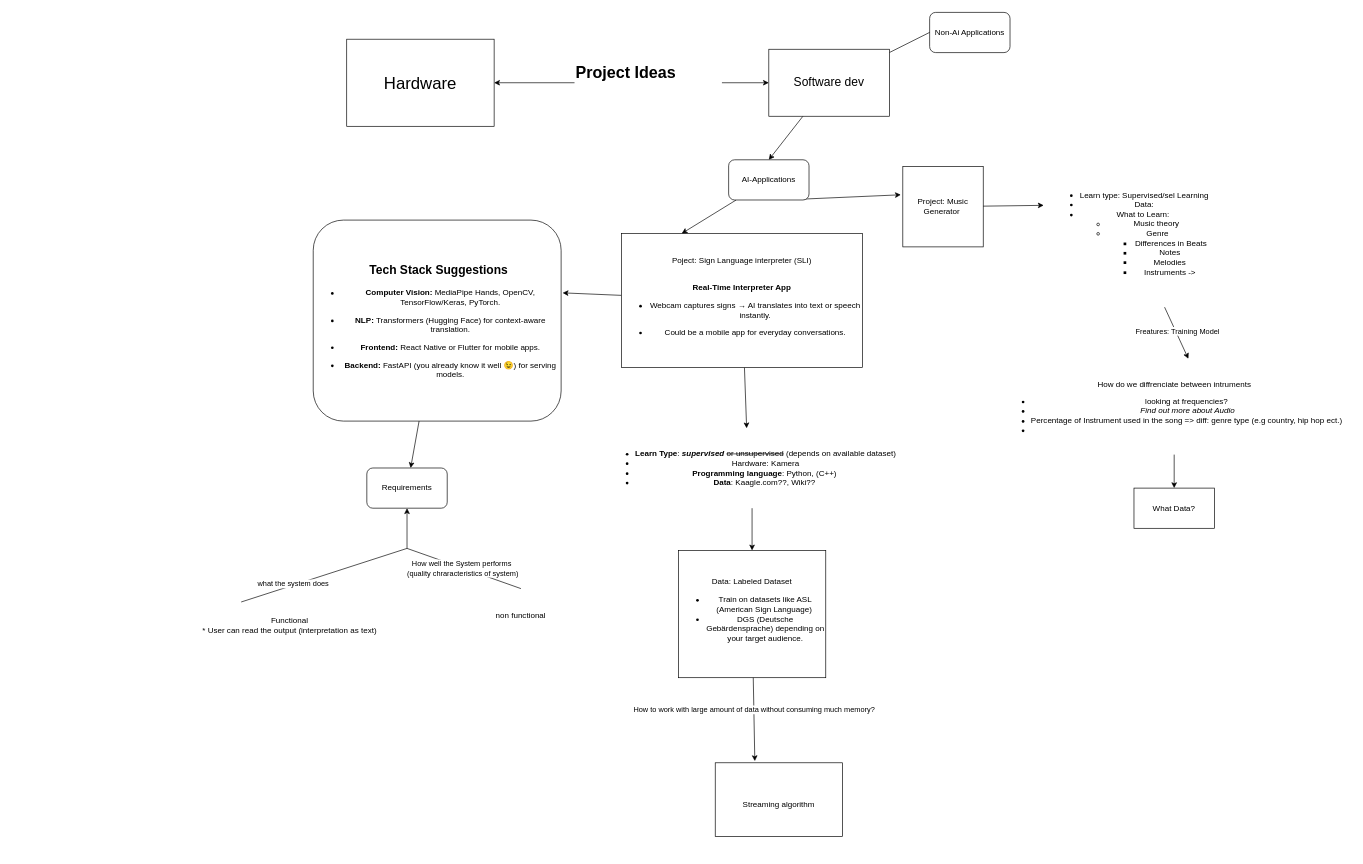
Before: documentation/mindmap.drawio in SandrAdora/SLI, a draw.io diagram. Source tidied: cells renumbered, new cells numbered last; positions are measured from the earlier drawing's top-left corner, leaving out a move shared by most shapes. Both pictures are drawn from the tidied source at 67%, with x=0, y=0 at pixel (192, 12).
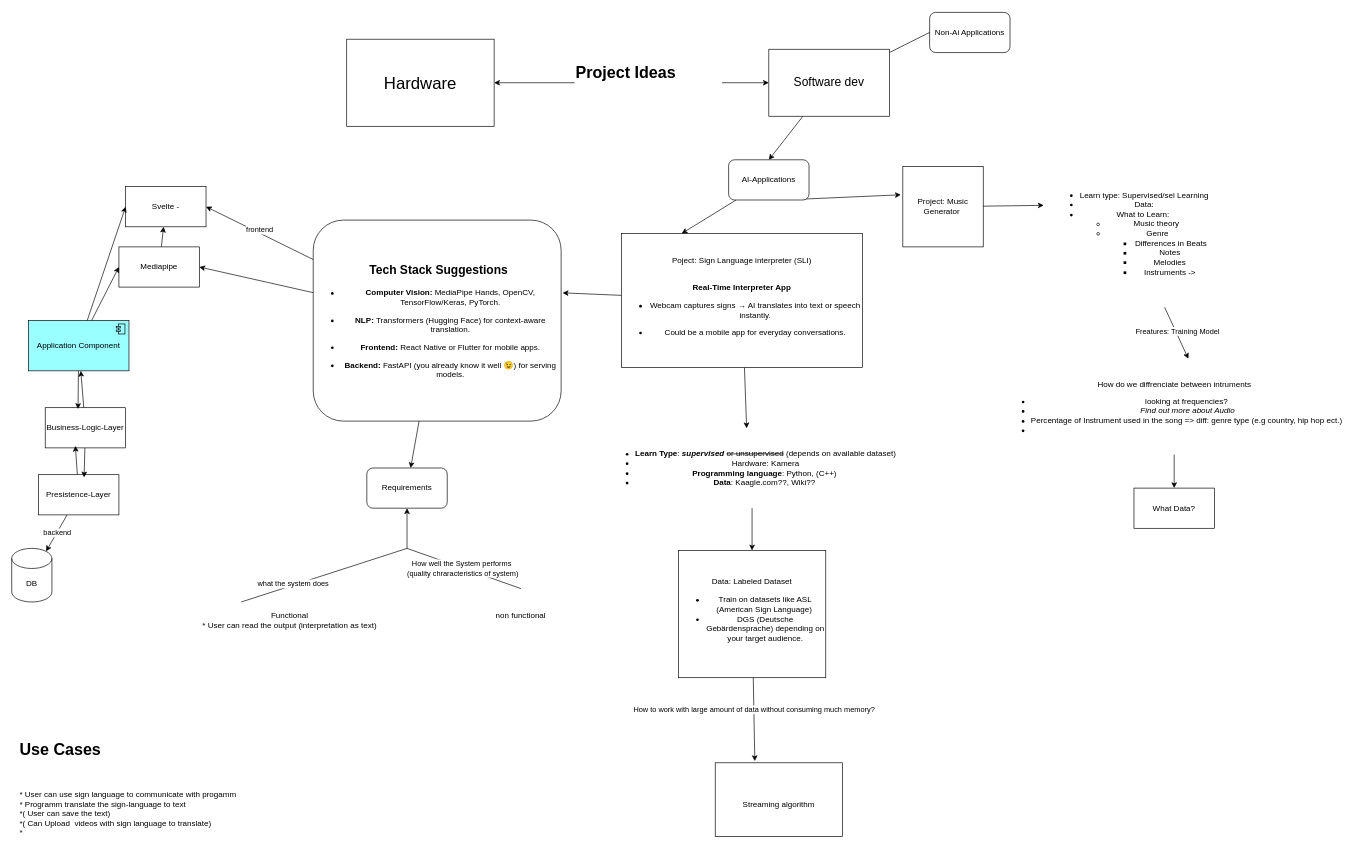
After the change.

The change refers to these unchanged cells:
```xml
<mxCell id="24" value="&lt;h2&gt;&amp;nbsp;Tech Stack Suggestions&lt;/h2&gt;&lt;ul&gt;&lt;li&gt;&lt;p&gt;&lt;strong&gt;Computer Vision:&lt;/strong&gt; MediaPipe Hands, OpenCV, TensorFlow/Keras, PyTorch.&lt;/p&gt;&lt;/li&gt;&lt;li&gt;&lt;p&gt;&lt;strong&gt;NLP:&lt;/strong&gt; Transformers (Hugging Face) for context-aware translation.&lt;/p&gt;&lt;/li&gt;&lt;li&gt;&lt;p&gt;&lt;strong&gt;Frontend:&lt;/strong&gt; React Native or Flutter for mobile apps.&lt;/p&gt;&lt;/li&gt;&lt;li&gt;&lt;p&gt;&lt;strong&gt;Backend:&lt;/strong&gt; FastAPI (you already know it well 😉) for serving models.&lt;/p&gt;&lt;/li&gt;&lt;/ul&gt;" style="rounded=1;whiteSpace=wrap;html=1;" parent="1" vertex="1">
  <mxGeometry x="180" y="310" width="370" height="300" as="geometry" />
</mxCell>
```

Diff of the diagram source:
```diff
@@
+    <mxCell id="40" style="edgeStyle=none;html=1;entryX=1;entryY=0.5;entryDx=0;entryDy=0;" parent="1" edge="1" source="24" target="43">
+      <mxGeometry relative="1" as="geometry" />
+    </mxCell>
+    <mxCell id="41" value="frontend" style="edgeLabel;html=1;align=center;verticalAlign=middle;" parent="40" vertex="1">
+      <mxGeometry x="0.03" y="-4" relative="1" as="geometry" />
+    </mxCell>
+    <mxCell id="42" style="edgeStyle=none;html=1;entryX=1;entryY=0.5;entryDx=0;entryDy=0;" parent="1" edge="1" source="24" target="45">
+      <mxGeometry relative="1" as="geometry" />
+    </mxCell>
@@
-    <mxCell id="33" value="Functional&lt;div&gt;*&amp;nbsp;User can read the output (interpretation as text)&lt;/div&gt;" style="text;html=1;align=center;verticalAlign=middle;whiteSpace=wrap;rounded=0;" parent="1" vertex="1">
+    <mxCell id="33" value="Functional&lt;div&gt;*&amp;nbsp;User can read the output (interpretation as text)&lt;/div&gt;&lt;div&gt;&lt;span style=&quot;color: rgb(63, 63, 63); font-family: monospace; font-size: 0px; text-align: start; text-wrap-mode: nowrap; background-color: transparent;&quot;&gt;*&lt;/span&gt;&lt;/div&gt;" style="text;html=1;align=center;verticalAlign=middle;whiteSpace=wrap;rounded=0;" parent="1" vertex="1">
       <mxGeometry y="880" width="290" height="70" as="geometry" />
     </mxCell>
@@
+    <mxCell id="43" value="Svelte -" style="whiteSpace=wrap;html=1;" parent="1" vertex="1">
+      <mxGeometry x="-100" y="260" width="120" height="60" as="geometry" />
+    </mxCell>
+    <mxCell id="44" style="edgeStyle=none;html=1;" parent="1" edge="1" source="45" target="43">
+      <mxGeometry relative="1" as="geometry" />
+    </mxCell>
+    <mxCell id="45" value="Mediapipe" style="whiteSpace=wrap;html=1;" parent="1" vertex="1">
+      <mxGeometry x="-110" y="350" width="120" height="60" as="geometry" />
+    </mxCell>
+    <mxCell id="46" style="edgeStyle=none;html=1;" parent="1" edge="1" source="47" target="55">
+      <mxGeometry relative="1" as="geometry" />
+    </mxCell>
+    <mxCell id="47" value="Business-Logic-Layer" style="whiteSpace=wrap;html=1;" parent="1" vertex="1">
+      <mxGeometry x="-220" y="590" width="120" height="60" as="geometry" />
+    </mxCell>
+    <mxCell id="48" value="Presistence-Layer" style="whiteSpace=wrap;html=1;" parent="1" vertex="1">
+      <mxGeometry x="-230" y="690" width="120" height="60" as="geometry" />
+    </mxCell>
+    <mxCell id="49" value="DB" style="shape=cylinder3;whiteSpace=wrap;html=1;boundedLbl=1;backgroundOutline=1;size=15;" parent="1" vertex="1">
+      <mxGeometry x="-270" y="800" width="60" height="80" as="geometry" />
+    </mxCell>
+    <mxCell id="50" style="edgeStyle=none;html=1;entryX=0.855;entryY=0;entryDx=0;entryDy=4.35;entryPerimeter=0;" parent="1" edge="1" source="48" target="49">
+      <mxGeometry relative="1" as="geometry" />
+    </mxCell>
+    <mxCell id="51" value="backend" style="edgeLabel;html=1;align=center;verticalAlign=middle;" parent="50" vertex="1">
+      <mxGeometry x="-0.02" relative="1" as="geometry" />
+    </mxCell>
+    <mxCell id="52" style="edgeStyle=none;html=1;entryX=0.567;entryY=0.067;entryDx=0;entryDy=0;entryPerimeter=0;" parent="1" edge="1" source="47" target="48">
+      <mxGeometry relative="1" as="geometry" />
+    </mxCell>
+    <mxCell id="53" style="edgeStyle=none;html=1;entryX=0;entryY=0.5;entryDx=0;entryDy=0;" parent="1" edge="1" source="55" target="45">
+      <mxGeometry relative="1" as="geometry" />
+    </mxCell>
+    <mxCell id="54" style="edgeStyle=none;html=1;entryX=0;entryY=0.5;entryDx=0;entryDy=0;" parent="1" edge="1" source="55" target="43">
+      <mxGeometry relative="1" as="geometry" />
+    </mxCell>
+    <mxCell id="55" value="Application Component" style="html=1;outlineConnect=0;whiteSpace=wrap;fillColor=#99ffff;shape=mxgraph.archimate3.application;appType=comp;archiType=square;" parent="1" vertex="1">
+      <mxGeometry x="-245" y="460" width="150" height="75" as="geometry" />
+    </mxCell>
+    <mxCell id="56" style="edgeStyle=none;html=1;entryX=0.408;entryY=0.033;entryDx=0;entryDy=0;entryPerimeter=0;" parent="1" edge="1" source="55" target="47">
+      <mxGeometry relative="1" as="geometry" />
+    </mxCell>
+    <mxCell id="57" style="edgeStyle=none;html=1;entryX=0.375;entryY=0.95;entryDx=0;entryDy=0;entryPerimeter=0;" parent="1" edge="1" source="48" target="47">
+      <mxGeometry relative="1" as="geometry" />
+    </mxCell>
+    <mxCell id="58" value="&lt;h1 style=&quot;margin-top: 0px;&quot;&gt;Use Cases&lt;/h1&gt;&lt;div&gt;&lt;br&gt;&lt;/div&gt;&lt;div&gt;&lt;br&gt;&lt;/div&gt;&lt;div&gt;* User can use sign language to communicate with progamm&lt;/div&gt;&lt;div&gt;* Programm translate the sign-language to text&lt;/div&gt;&lt;div&gt;*( User can save the text)&amp;nbsp;&lt;/div&gt;&lt;div&gt;*( Can Upload&amp;nbsp; videos with sign language to translate)&lt;/div&gt;&lt;div&gt;*&amp;nbsp;&amp;nbsp;&lt;/div&gt;&lt;div&gt;&lt;br&gt;&lt;/div&gt;" style="text;html=1;whiteSpace=wrap;overflow=hidden;rounded=0;" parent="1" vertex="1">
+      <mxGeometry x="-260" y="1080" width="420" height="170" as="geometry" />
+    </mxCell>
```
